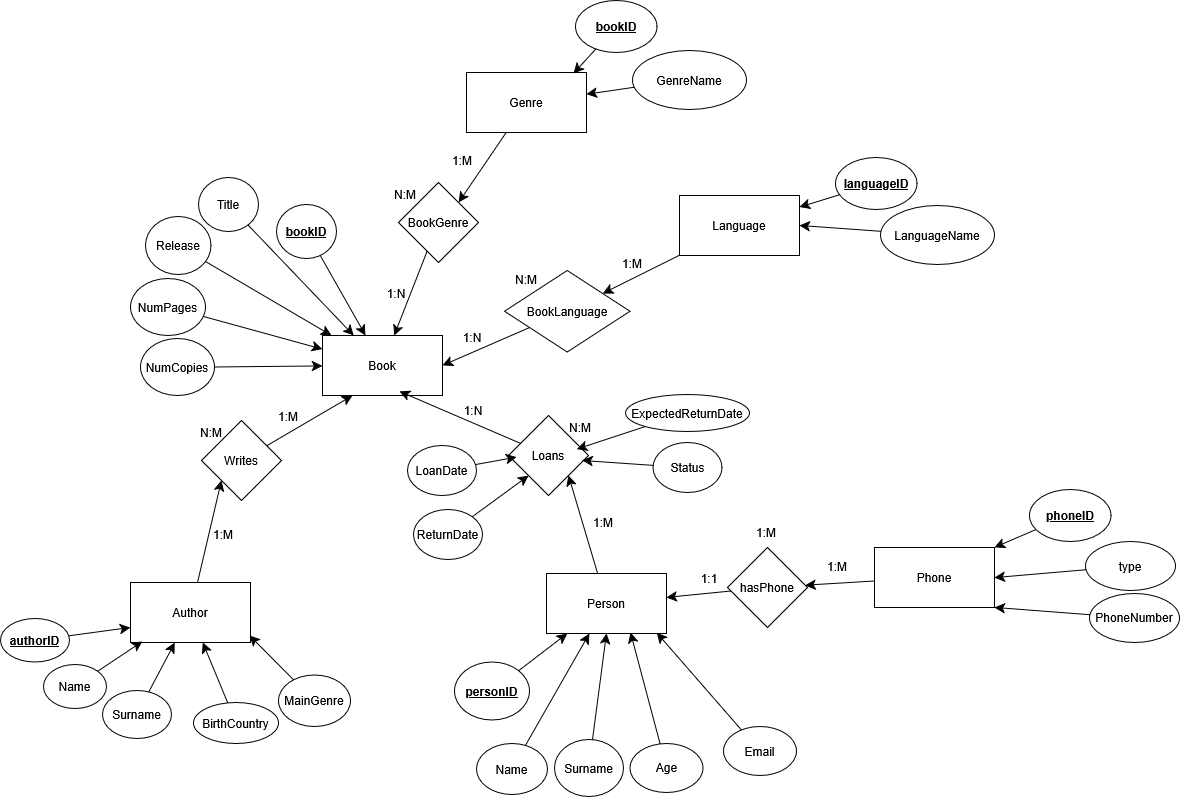
Before: Documentation/ERdiagram.drawio.png, a diagram exported from draw.io (nqc-arch/LibraryDatabaseChallenge). Source tidied: cells renumbered, new cells last; positions are measured from the earlier drawing's top-left corner, leaving out a move shared by most shapes.
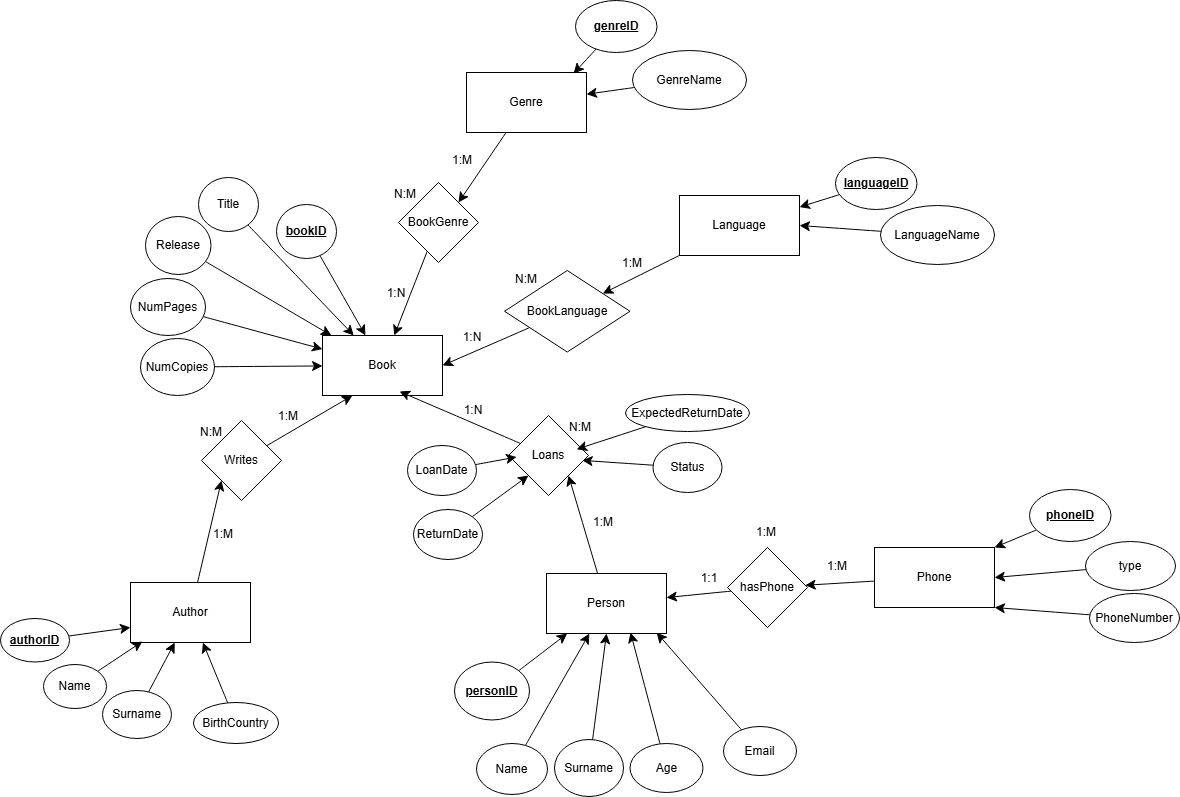
After the change.

Diff of the diagram source:
```diff
@@ -101,12 +101,6 @@
     <mxCell id="34" value="BirthCountry" style="ellipse;whiteSpace=wrap;html=1;" parent="1" vertex="1">
       <mxGeometry x="193" y="702" width="85" height="41" as="geometry" />
     </mxCell>
-    <mxCell id="35" style="edgeStyle=none;curved=1;rounded=0;jettySize=auto;html=1;entryX=0.992;entryY=0.883;entryDx=0;entryDy=0;fontSize=12;startSize=8;endSize=8;entryPerimeter=0;" parent="1" edge="1" source="36" target="4">
-      <mxGeometry relative="1" as="geometry" />
-    </mxCell>
-    <mxCell id="36" value="MainGenre" style="ellipse;whiteSpace=wrap;html=1;" parent="1" vertex="1">
-      <mxGeometry x="278" y="674.5" width="72" height="51.5" as="geometry" />
-    </mxCell>
     <mxCell id="37" style="edgeStyle=none;curved=1;rounded=0;jettySize=auto;html=1;fontSize=12;startSize=8;endSize=8;" parent="1" edge="1" source="38" target="2">
       <mxGeometry relative="1" as="geometry" />
     </mxCell>
@@ -173,7 +167,7 @@
     <mxCell id="58" value="Genre" style="rounded=0;whiteSpace=wrap;html=1;" parent="1" vertex="1">
       <mxGeometry x="466" y="72" width="120" height="60" as="geometry" />
     </mxCell>
-    <mxCell id="59" value="bookID" style="ellipse;whiteSpace=wrap;html=1;fontStyle=5;" parent="1" vertex="1">
+    <mxCell id="59" value="genreID" style="ellipse;whiteSpace=wrap;html=1;fontStyle=5;" parent="1" vertex="1">
       <mxGeometry x="575" width="81.5" height="52" as="geometry" />
     </mxCell>
     <mxCell id="60" style="edgeStyle=none;curved=1;rounded=0;jettySize=auto;html=1;fontSize=12;startSize=8;endSize=8;" parent="1" edge="1" source="61" target="58">
```
